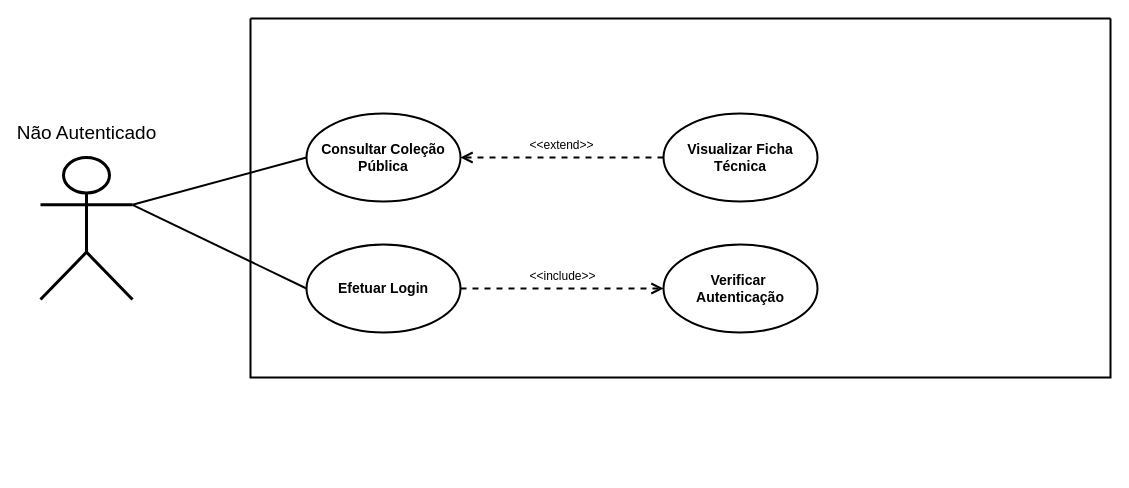
CarvalhoDaStreet/Diagrams keeps this draw.io diagram as NonLoggedUseCase.drawio. Above is the earlier version. Source tidied: cells renumbered, new cells numbered last; positions are measured from the earlier drawing's top-left corner, leaving out a move shared by most shapes. Both pictures are drawn from the tidied source at 100%, with x=0, y=0 at pixel (40, 18).
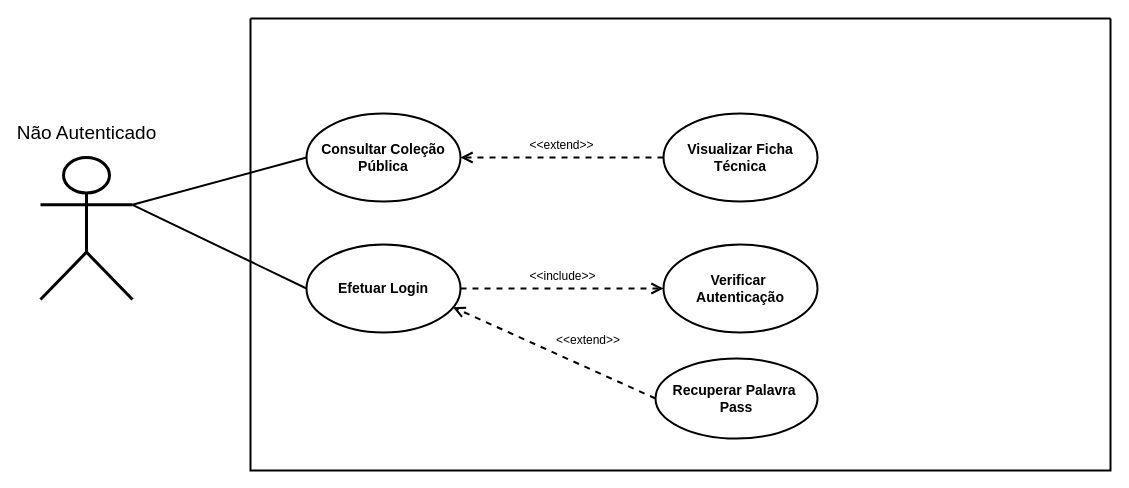
After the change.

What changed in the source:
```diff
@@
 <mxGraphModel background="#ffffff">
   <root>
     <mxCell id="0" />
     <mxCell id="1" parent="0" />
     <mxCell id="2" style="swimlane;startSize=0;strokeWidth=2;rounded=1;swimlaneLine=0;fillColor=none;labelBackgroundColor=none;perimeterSpacing=2;" parent="1" vertex="1">
-      <mxGeometry x="210" width="860" height="359" as="geometry" />
+      <mxGeometry x="210" width="860" height="452" as="geometry" />
     </mxCell>
     <mxCell id="3" value="Consultar Coleção&lt;div&gt;Pública&lt;/div&gt;" style="ellipse;whiteSpace=wrap;fillColor=none;strokeWidth=2;fontSize=14;fontStyle=1;html=1;align=center;labelBackgroundColor=none;" parent="2" vertex="1">
       <mxGeometry x="56" y="95" width="154" height="88" as="geometry" />
     </mxCell>
     <mxCell id="4" value="&amp;lt;&amp;lt;extend&amp;gt;&amp;gt;" style="endArrow=open;startArrow=none;endFill=0;startFill=0;endSize=8;html=1;verticalAlign=bottom;dashed=1;labelBackgroundColor=none;rounded=0;strokeWidth=2;exitX=0;exitY=0.5;exitDx=0;exitDy=0;entryX=1;entryY=0.5;entryDx=0;entryDy=0;fontColor=default;spacingBottom=3;labelPosition=center;verticalLabelPosition=top;align=center;fontSize=12;" parent="2" edge="1" source="5" target="3">
       <mxGeometry relative="1" as="geometry" />
     </mxCell>
     <mxCell id="5" value="&lt;div&gt;Visualizar Ficha&lt;/div&gt;&lt;div&gt;Técnica&lt;/div&gt;" style="ellipse;whiteSpace=wrap;fillColor=none;strokeWidth=2;fontSize=14;fontStyle=1;html=1;align=center;labelBackgroundColor=none;" parent="2" vertex="1">
       <mxGeometry x="413" y="95" width="154" height="88" as="geometry" />
     </mxCell>
     <mxCell id="6" value="&lt;div&gt;Efetuar Login&lt;/div&gt;" style="ellipse;whiteSpace=wrap;fillColor=none;strokeWidth=2;fontSize=14;fontStyle=1;html=1;align=center;labelBackgroundColor=none;" parent="2" vertex="1">
       <mxGeometry x="56" y="226" width="154" height="88" as="geometry" />
     </mxCell>
     <mxCell id="7" value="&amp;lt;&amp;lt;include&amp;gt;&amp;gt;" style="endArrow=open;startArrow=none;endFill=0;startFill=0;endSize=8;html=1;verticalAlign=bottom;dashed=1;labelBackgroundColor=none;rounded=0;strokeWidth=2;exitX=1;exitY=0.5;exitDx=0;exitDy=0;fontColor=default;spacingBottom=3;labelPosition=center;verticalLabelPosition=top;align=center;fontSize=12;entryX=0;entryY=0.5;entryDx=0;entryDy=0;" parent="2" edge="1" source="6" target="8">
       <mxGeometry relative="1" as="geometry" />
     </mxCell>
     <mxCell id="8" value="&lt;div&gt;Verificar&amp;nbsp;&lt;/div&gt;&lt;div&gt;Autenticação&lt;/div&gt;" style="ellipse;whiteSpace=wrap;fillColor=none;strokeWidth=2;fontSize=14;fontStyle=1;html=1;align=center;labelBackgroundColor=none;" parent="2" vertex="1">
       <mxGeometry x="413" y="226" width="154" height="88" as="geometry" />
     </mxCell>
+    <mxCell id="12" value="Recuperar Palavra&amp;nbsp;&lt;div&gt;Pass&lt;/div&gt;" style="ellipse;whiteSpace=wrap;html=1;fillColor=none;strokeWidth=2;fontSize=14;fontStyle=1;labelBackgroundColor=none;" parent="2" vertex="1">
+      <mxGeometry x="405" y="340" width="162" height="80" as="geometry" />
+    </mxCell>
+    <mxCell id="13" value="&amp;lt;&amp;lt;extend&amp;gt;&amp;gt;" style="endArrow=open;startArrow=none;endFill=0;startFill=0;endSize=8;html=1;verticalAlign=bottom;dashed=1;labelBackgroundColor=none;rounded=0;strokeWidth=2;exitX=0;exitY=0.5;exitDx=0;exitDy=0;entryX=0.951;entryY=0.713;entryDx=0;entryDy=0;fontColor=default;spacingBottom=3;labelPosition=right;verticalLabelPosition=top;align=left;fontSize=12;entryPerimeter=0;" parent="2" edge="1" source="12" target="6">
+      <mxGeometry relative="1" as="geometry" />
+    </mxCell>
     <mxCell id="9" value="&lt;div&gt;Não Autenticado&lt;/div&gt;" style="shape=umlActor;verticalLabelPosition=top;verticalAlign=bottom;html=1;outlineConnect=0;strokeWidth=3;labelPosition=center;align=center;spacingTop=3;spacingBottom=4;fontSize=19;fontStyle=0;spacing=8;perimeterSpacing=0;labelBackgroundColor=none;labelBorderColor=none;fillColor=none;" parent="1" vertex="1">
       <mxGeometry y="139" width="92" height="142" as="geometry" />
     </mxCell>
     <mxCell id="10" style="endArrow=none;html=1;rounded=0;entryX=0;entryY=0.5;entryDx=0;entryDy=0;fontColor=default;strokeWidth=2;labelBackgroundColor=none;exitX=1;exitY=0.3333333333333333;exitDx=0;exitDy=0;exitPerimeter=0;" parent="1" edge="1" source="9" target="3">
       <mxGeometry relative="1" as="geometry" />
     </mxCell>
     <mxCell id="11" style="endArrow=none;html=1;rounded=0;entryX=0;entryY=0.5;entryDx=0;entryDy=0;fontColor=default;strokeWidth=2;labelBackgroundColor=none;exitX=1;exitY=0.3333333333333333;exitDx=0;exitDy=0;exitPerimeter=0;" parent="1" edge="1" source="9" target="6">
       <mxGeometry relative="1" as="geometry" />
     </mxCell>
   </root>
 </mxGraphModel>
```
